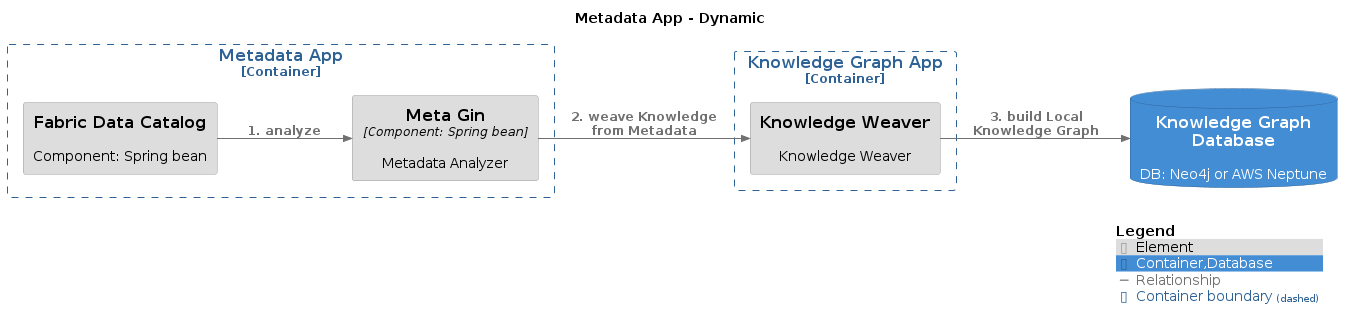
IntellectusCorp/data-fabric-docs keeps this PlantUML diagram as master/png/WorkflowBuildingLocalKnowledgeGraph.png. Above is the earlier version.
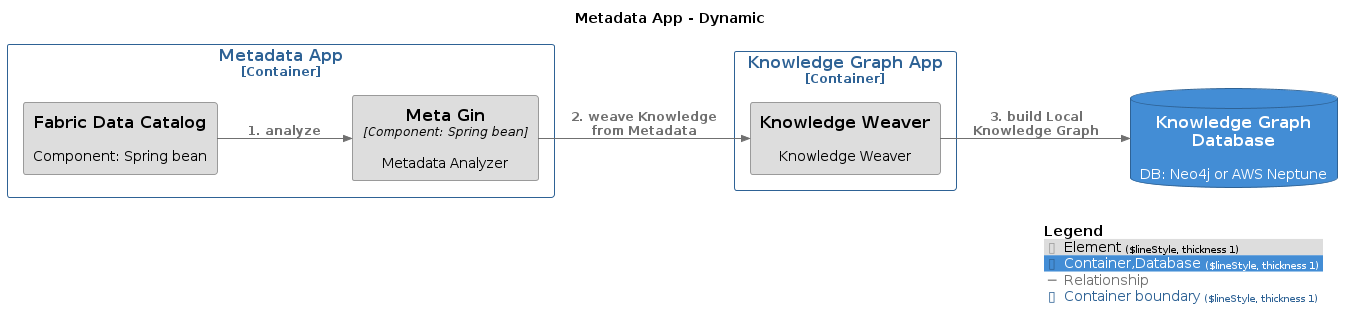
After the change.

Diff of the diagram source:
```diff
@@ -9,12 +9,12 @@
 !include <C4/C4_Container>
 !include <C4/C4_Component>
 
-AddElementTag("Element", $bgColor="#dddddd", $borderColor="#9a9a9a", $fontColor="#000000", $sprite="", $shadowing="")
-AddElementTag("Container,Database", $bgColor="#438dd5", $borderColor="#2e6295", $fontColor="#ffffff", $sprite="", $shadowing="")
+AddElementTag("Element", $bgColor="#dddddd", $borderColor="#9a9a9a", $fontColor="#000000", $sprite="", $shadowing="", $borderStyle="Solid", $borderThickness="1")
+AddElementTag("Container,Database", $bgColor="#438dd5", $borderColor="#2e6295", $fontColor="#ffffff", $sprite="", $shadowing="", $borderStyle="Solid", $borderThickness="1")
 
 AddRelTag("Relationship", $textColor="#707070", $lineColor="#707070", $lineStyle = "")
 
-AddBoundaryTag("Container", $bgColor="#ffffff", $borderColor="#2e6295", $fontColor="#2e6295", $shadowing="")
+AddBoundaryTag("Container", $bgColor="#ffffff", $borderColor="#2e6295", $fontColor="#2e6295", $shadowing="", $borderStyle="Solid", $borderThickness="1")
 
 Container_Boundary("DataFabric.KnowledgeGraphApp_boundary", "Knowledge Graph App", $tags="Container") {
   Component(DataFabric.KnowledgeGraphApp.KnowledgeWeaver, "Knowledge Weaver", $techn="", $descr="Knowledge Weaver", $tags="Element", $link="")
@@ -27,9 +27,9 @@
 
 ContainerDb(DataFabric.KnowledgeGraphDatabase, "Knowledge Graph Database", $techn="", $descr="DB: Neo4j or AWS Neptune", $tags="Container,Database", $link="")
 
-Rel_D(DataFabric.MetadataApp.FabricDataCatalog, DataFabric.MetadataApp.MetaGin, "1. analyze", $techn="", $tags="Relationship", $link="")
-Rel_D(DataFabric.MetadataApp.MetaGin, DataFabric.KnowledgeGraphApp.KnowledgeWeaver, "2. weave Knowledge from Metadata", $techn="", $tags="Relationship", $link="")
-Rel_D(DataFabric.KnowledgeGraphApp.KnowledgeWeaver, DataFabric.KnowledgeGraphDatabase, "3. build Local Knowledge Graph", $techn="", $tags="Relationship", $link="")
+Rel(DataFabric.MetadataApp.FabricDataCatalog, DataFabric.MetadataApp.MetaGin, "1. analyze", $techn="", $tags="Relationship", $link="")
+Rel(DataFabric.MetadataApp.MetaGin, DataFabric.KnowledgeGraphApp.KnowledgeWeaver, "2. weave Knowledge from Metadata", $techn="", $tags="Relationship", $link="")
+Rel(DataFabric.KnowledgeGraphApp.KnowledgeWeaver, DataFabric.KnowledgeGraphDatabase, "3. build Local Knowledge Graph", $techn="", $tags="Relationship", $link="")
 
 SHOW_LEGEND(true)
 @enduml
```
